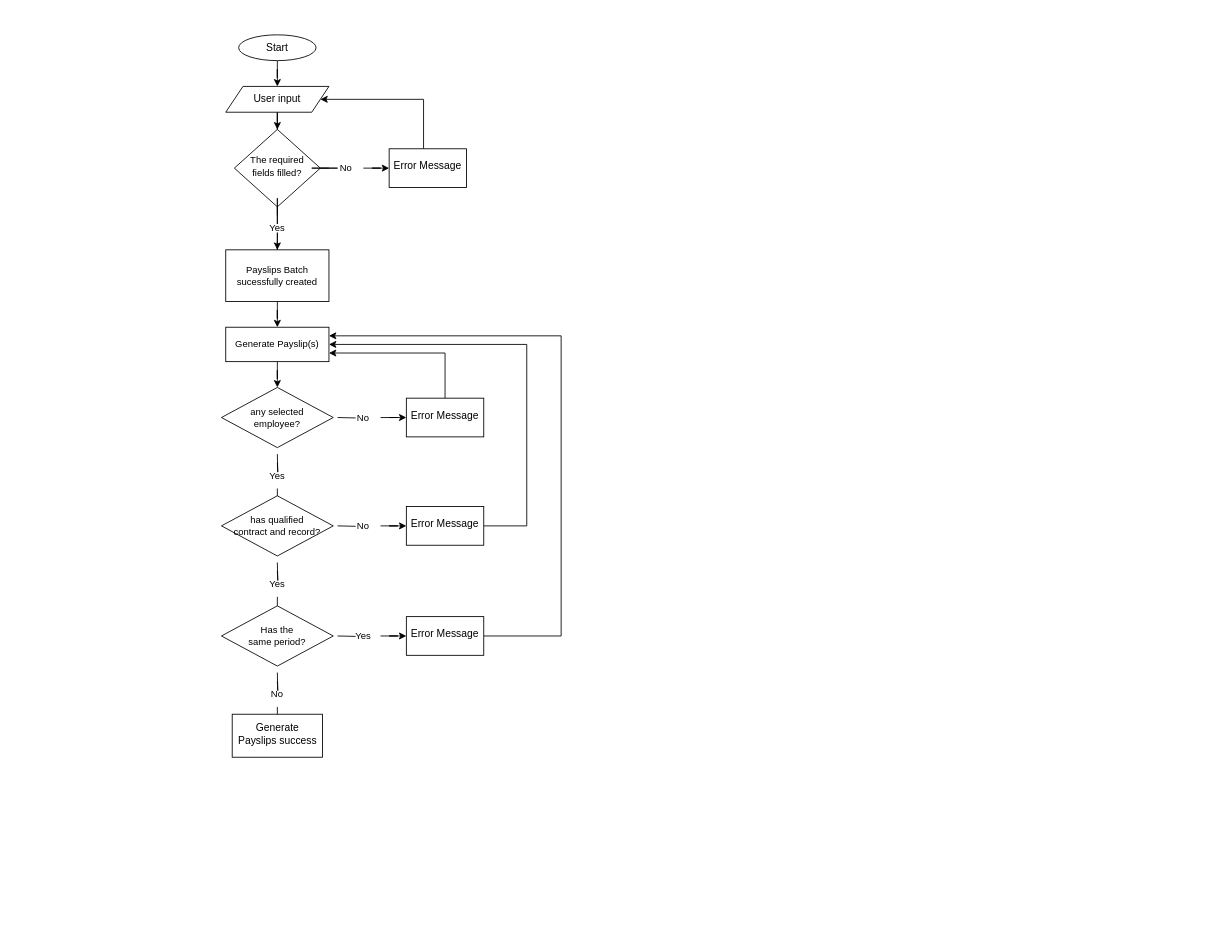
The draw.io diagram flow-pb.drawio in jezreelkosasih/diagram, before the edit. Source tidied: cells renumbered, new cells numbered last; positions are measured from the earlier drawing's top-left corner, leaving out a move shared by most shapes. Both pictures are drawn from the tidied source at 86%, with x=0, y=0 at pixel (221, 34).
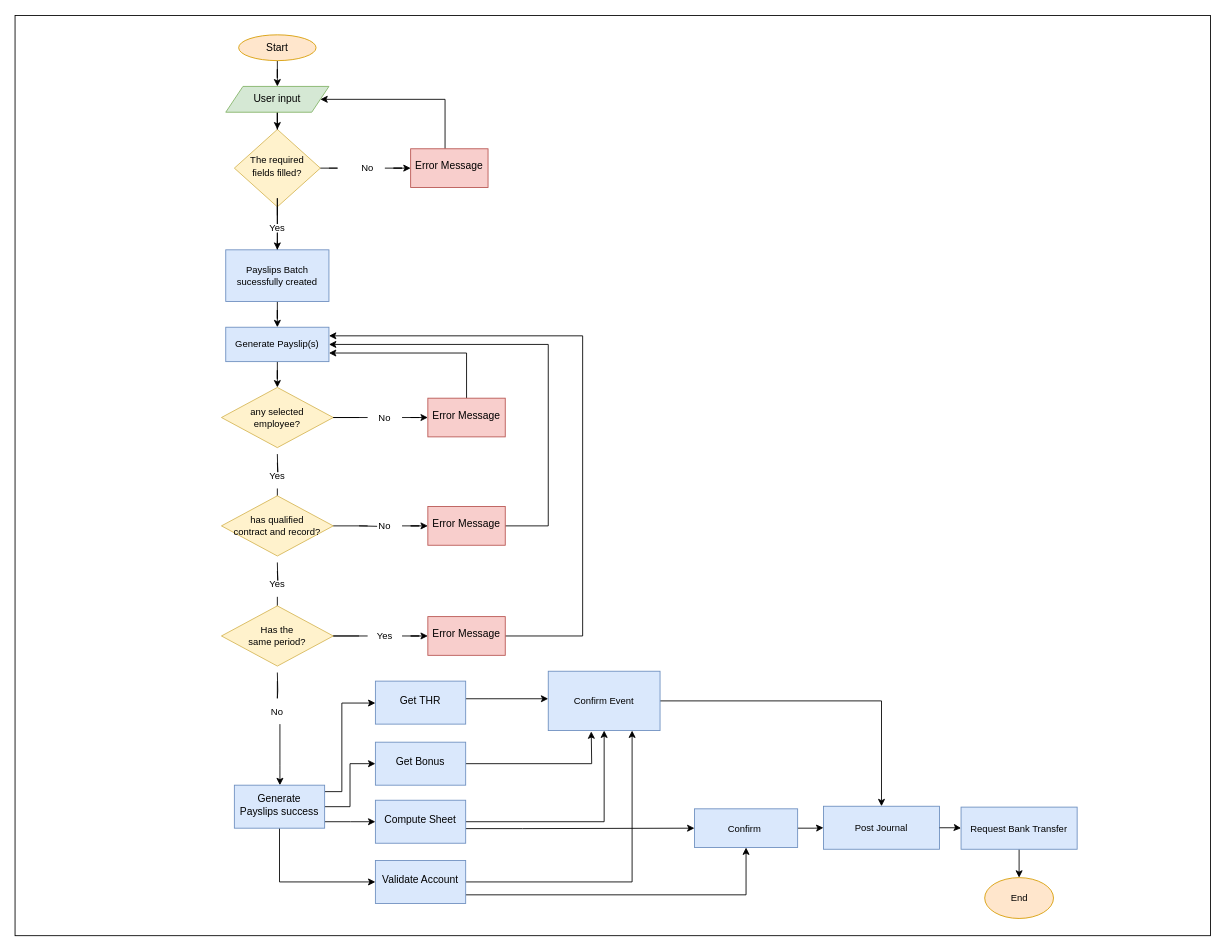
The same diagram, later.

Change to the diagram source:
```diff
@@
-    <mxCell id="4" value="&lt;font style=&quot;font-size: 11px;&quot;&gt;The required fields filled?&lt;/font&gt;" style="rhombus;whiteSpace=wrap;html=1;shadow=0;fontFamily=Helvetica;fontSize=12;align=center;strokeWidth=1;spacing=6;spacingTop=-4;" parent="1" vertex="1">
+    <mxCell id="4" value="&lt;font style=&quot;font-size: 11px;&quot;&gt;The required fields filled?&lt;/font&gt;" style="rhombus;whiteSpace=wrap;html=1;shadow=0;fontFamily=Helvetica;fontSize=12;align=center;strokeWidth=1;spacing=6;spacingTop=-4;fillColor=#fff2cc;strokeColor=#d6b656;" parent="1" vertex="1">
       <mxGeometry x="15" y="110" width="100" height="90" as="geometry" />
     </mxCell>
@@
-    <mxCell id="6" value="Start" style="ellipse;whiteSpace=wrap;html=1;" parent="1" vertex="1">
+    <mxCell id="6" value="Start" style="ellipse;whiteSpace=wrap;html=1;fillColor=#ffe6cc;strokeColor=#d79b00;" parent="1" vertex="1">
       <mxGeometry x="20" width="90" height="30" as="geometry" />
     </mxCell>
@@
-    <mxCell id="8" value="User input" style="shape=parallelogram;perimeter=parallelogramPerimeter;whiteSpace=wrap;html=1;fixedSize=1;" parent="1" vertex="1">
+    <mxCell id="8" value="User input" style="shape=parallelogram;perimeter=parallelogramPerimeter;whiteSpace=wrap;html=1;fixedSize=1;fillColor=#d5e8d4;strokeColor=#82b366;" parent="1" vertex="1">
       <mxGeometry x="5" y="60" width="120" height="30" as="geometry" />
     </mxCell>
@@
-    <mxCell id="10" value="Payslips Batch sucessfully created" style="rounded=0;whiteSpace=wrap;html=1;fontSize=11;" parent="1" vertex="1">
+    <mxCell id="10" value="Payslips Batch sucessfully created" style="rounded=0;whiteSpace=wrap;html=1;fontSize=11;fillColor=#dae8fc;strokeColor=#6c8ebf;" parent="1" vertex="1">
       <mxGeometry x="5" y="250" width="120" height="60" as="geometry" />
     </mxCell>
@@
     <mxCell id="13" style="edgeStyle=orthogonalEdgeStyle;rounded=0;jettySize=auto;html=1;entryX=1;entryY=0.5;entryDx=0;entryDy=0;fontSize=11;" parent="1" edge="1" source="14" target="8">
       <mxGeometry relative="1" as="geometry">
         <Array as="points">
-          <mxPoint x="235" y="75" />
+          <mxPoint x="260" y="75" />
         </Array>
       </mxGeometry>
     </mxCell>
-    <mxCell id="14" value="Error Message" style="whiteSpace=wrap;html=1;shadow=0;strokeWidth=1;spacing=6;spacingTop=-4;" parent="1" vertex="1">
-      <mxGeometry x="195" y="132.5" width="90" height="45" as="geometry" />
+    <mxCell id="14" value="Error Message" style="whiteSpace=wrap;html=1;shadow=0;strokeWidth=1;spacing=6;spacingTop=-4;fillColor=#f8cecc;strokeColor=#b85450;" parent="1" vertex="1">
+      <mxGeometry x="220" y="132.5" width="90" height="45" as="geometry" />
     </mxCell>
-    <mxCell id="15" style="edgeStyle=orthogonalEdgeStyle;rounded=0;jettySize=auto;html=1;fontSize=11;endArrow=none;" parent="1" edge="1" source="4" target="16">
-      <mxGeometry relative="1" as="geometry" />
+    <mxCell id="15" style="edgeStyle=orthogonalEdgeStyle;rounded=0;jettySize=auto;html=1;fontSize=11;endArrow=none;" parent="1" edge="1" source="4">
+      <mxGeometry relative="1" as="geometry">
+        <mxPoint x="125" y="155" as="targetPoint" />
+      </mxGeometry>
     </mxCell>
     <mxCell id="16" value="No" style="text;html=1;strokeColor=none;fillColor=none;align=center;verticalAlign=middle;whiteSpace=wrap;rounded=0;fontSize=11;" parent="1" vertex="1">
-      <mxGeometry x="125" y="140" width="40" height="30" as="geometry" />
+      <mxGeometry x="150" y="140" width="40" height="30" as="geometry" />
     </mxCell>
@@
-    <mxCell id="18" value="Generate Payslip(s)" style="rounded=0;whiteSpace=wrap;html=1;fontSize=11;" parent="1" vertex="1">
+    <mxCell id="18" value="Generate Payslip(s)" style="rounded=0;whiteSpace=wrap;html=1;fontSize=11;fillColor=#dae8fc;strokeColor=#6c8ebf;" parent="1" vertex="1">
       <mxGeometry x="5" y="340" width="120" height="40" as="geometry" />
     </mxCell>
-    <mxCell id="19" value="any selected &lt;br&gt;employee?" style="rhombus;whiteSpace=wrap;html=1;fontSize=11;rounded=0;" parent="1" vertex="1">
+    <mxCell id="19" value="any selected &lt;br&gt;employee?" style="rhombus;whiteSpace=wrap;html=1;fontSize=11;rounded=0;fillColor=#fff2cc;strokeColor=#d6b656;" parent="1" vertex="1">
       <mxGeometry y="410" width="130" height="70" as="geometry" />
     </mxCell>
@@
     <mxCell id="24" style="edgeStyle=orthogonalEdgeStyle;rounded=0;jettySize=auto;html=1;entryX=1;entryY=0.75;entryDx=0;entryDy=0;fontSize=11;" parent="1" edge="1" source="25" target="18">
       <mxGeometry relative="1" as="geometry">
         <Array as="points">
-          <mxPoint x="260" y="370" />
+          <mxPoint x="285" y="370" />
         </Array>
       </mxGeometry>
     </mxCell>
-    <mxCell id="25" value="Error Message" style="whiteSpace=wrap;html=1;shadow=0;strokeWidth=1;spacing=6;spacingTop=-4;" parent="1" vertex="1">
-      <mxGeometry x="215" y="422.5" width="90" height="45" as="geometry" />
+    <mxCell id="25" value="Error Message" style="whiteSpace=wrap;html=1;shadow=0;strokeWidth=1;spacing=6;spacingTop=-4;fillColor=#f8cecc;strokeColor=#b85450;" parent="1" vertex="1">
+      <mxGeometry x="240" y="422.5" width="90" height="45" as="geometry" />
     </mxCell>
     <mxCell id="26" style="edgeStyle=orthogonalEdgeStyle;rounded=0;jettySize=auto;html=1;fontSize=11;endArrow=none;" parent="1" edge="1" target="27">
       <mxGeometry relative="1" as="geometry">
-        <mxPoint x="135" y="445" as="sourcePoint" />
+        <mxPoint x="160" y="445" as="sourcePoint" />
+        <Array as="points">
+          <mxPoint x="130" y="445" />
+          <mxPoint x="130" y="445" />
+        </Array>
       </mxGeometry>
     </mxCell>
     <mxCell id="27" value="No" style="text;html=1;strokeColor=none;fillColor=none;align=center;verticalAlign=middle;whiteSpace=wrap;rounded=0;fontSize=11;" parent="1" vertex="1">
-      <mxGeometry x="145" y="430" width="40" height="30" as="geometry" />
+      <mxGeometry x="170" y="430" width="40" height="30" as="geometry" />
     </mxCell>
-    <mxCell id="28" value="&lt;font style=&quot;font-size: 11px;&quot;&gt;has qualified &lt;br&gt;contract and record?&lt;/font&gt;" style="rhombus;whiteSpace=wrap;html=1;fontSize=11;rounded=0;" parent="1" vertex="1">
+    <mxCell id="28" value="&lt;font style=&quot;font-size: 11px;&quot;&gt;has qualified &lt;br&gt;contract and record?&lt;/font&gt;" style="rhombus;whiteSpace=wrap;html=1;fontSize=11;rounded=0;fillColor=#fff2cc;strokeColor=#d6b656;" parent="1" vertex="1">
       <mxGeometry y="536" width="130" height="70" as="geometry" />
     </mxCell>
@@
     <mxCell id="33" style="edgeStyle=orthogonalEdgeStyle;rounded=0;jettySize=auto;html=1;entryX=1;entryY=0.5;entryDx=0;entryDy=0;fontSize=11;" parent="1" edge="1" source="34" target="18">
       <mxGeometry relative="1" as="geometry">
         <Array as="points">
-          <mxPoint x="355" y="571" />
-          <mxPoint x="355" y="360" />
+          <mxPoint x="380" y="571" />
+          <mxPoint x="380" y="360" />
         </Array>
       </mxGeometry>
     </mxCell>
-    <mxCell id="34" value="Error Message" style="whiteSpace=wrap;html=1;shadow=0;strokeWidth=1;spacing=6;spacingTop=-4;" parent="1" vertex="1">
-      <mxGeometry x="215" y="548.5" width="90" height="45" as="geometry" />
+    <mxCell id="34" value="Error Message" style="whiteSpace=wrap;html=1;shadow=0;strokeWidth=1;spacing=6;spacingTop=-4;fillColor=#f8cecc;strokeColor=#b85450;" parent="1" vertex="1">
+      <mxGeometry x="240" y="548.5" width="90" height="45" as="geometry" />
     </mxCell>
     <mxCell id="35" style="edgeStyle=orthogonalEdgeStyle;rounded=0;jettySize=auto;html=1;fontSize=11;endArrow=none;" parent="1" edge="1" target="36">
       <mxGeometry relative="1" as="geometry">
-        <mxPoint x="135" y="571" as="sourcePoint" />
+        <mxPoint x="160" y="571" as="sourcePoint" />
       </mxGeometry>
     </mxCell>
+    <mxCell id="47" style="edgeStyle=orthogonalEdgeStyle;rounded=0;jettySize=auto;html=1;fontSize=11;endArrow=none;endFill=0;" parent="1" edge="1" source="36" target="28">
+      <mxGeometry relative="1" as="geometry" />
+    </mxCell>
     <mxCell id="36" value="No" style="text;html=1;strokeColor=none;fillColor=none;align=center;verticalAlign=middle;whiteSpace=wrap;rounded=0;fontSize=11;" parent="1" vertex="1">
-      <mxGeometry x="145" y="556" width="40" height="30" as="geometry" />
+      <mxGeometry x="170" y="556" width="40" height="30" as="geometry" />
     </mxCell>
-    <mxCell id="37" value="Has the &lt;br&gt;same period?" style="rhombus;whiteSpace=wrap;html=1;fontSize=11;rounded=0;" parent="1" vertex="1">
+    <mxCell id="37" value="Has the &lt;br&gt;same period?" style="rhombus;whiteSpace=wrap;html=1;fontSize=11;rounded=0;fillColor=#fff2cc;strokeColor=#d6b656;" parent="1" vertex="1">
       <mxGeometry y="664" width="130" height="70" as="geometry" />
     </mxCell>
-    <mxCell id="38" style="edgeStyle=orthogonalEdgeStyle;rounded=0;jettySize=auto;html=1;fontSize=11;startArrow=none;" parent="1" edge="1" source="41">
-      <mxGeometry relative="1" as="geometry">
-        <mxPoint x="65" y="791.5" as="targetPoint" />
-      </mxGeometry>
-    </mxCell>
@@
-    <mxCell id="40" style="edgeStyle=orthogonalEdgeStyle;rounded=0;jettySize=auto;html=1;fontSize=11;endArrow=none;" parent="1" edge="1" target="41">
+    <mxCell id="40" style="edgeStyle=orthogonalEdgeStyle;rounded=0;jettySize=auto;html=1;fontSize=11;endArrow=none;startArrow=none;" parent="1" edge="1" source="41">
       <mxGeometry relative="1" as="geometry">
-        <mxPoint x="65" y="741.5" as="sourcePoint" />
+        <mxPoint x="65" y="751.5" as="targetPoint" />
       </mxGeometry>
     </mxCell>
-    <mxCell id="41" value="No" style="text;html=1;strokeColor=none;fillColor=none;align=center;verticalAlign=middle;whiteSpace=wrap;rounded=0;fontSize=11;" parent="1" vertex="1">
-      <mxGeometry x="35" y="751.5" width="60" height="30" as="geometry" />
-    </mxCell>
+    <mxCell id="48" style="edgeStyle=orthogonalEdgeStyle;rounded=0;jettySize=auto;html=1;fontSize=11;" parent="1" edge="1" source="41" target="46">
+      <mxGeometry relative="1" as="geometry">
+        <Array as="points">
+          <mxPoint x="68" y="850" />
+          <mxPoint x="68" y="850" />
+        </Array>
+      </mxGeometry>
+    </mxCell>
     <mxCell id="42" style="edgeStyle=orthogonalEdgeStyle;rounded=0;jettySize=auto;html=1;entryX=1;entryY=0.25;entryDx=0;entryDy=0;fontSize=11;" parent="1" edge="1" source="43" target="18">
       <mxGeometry relative="1" as="geometry">
         <Array as="points">
-          <mxPoint x="395" y="699" />
-          <mxPoint x="395" y="350" />
+          <mxPoint x="420" y="699" />
+          <mxPoint x="420" y="350" />
         </Array>
       </mxGeometry>
     </mxCell>
-    <mxCell id="43" value="Error Message" style="whiteSpace=wrap;html=1;shadow=0;strokeWidth=1;spacing=6;spacingTop=-4;" parent="1" vertex="1">
-      <mxGeometry x="215" y="676.5" width="90" height="45" as="geometry" />
+    <mxCell id="43" value="Error Message" style="whiteSpace=wrap;html=1;shadow=0;strokeWidth=1;spacing=6;spacingTop=-4;fillColor=#f8cecc;strokeColor=#b85450;" parent="1" vertex="1">
+      <mxGeometry x="240" y="676.5" width="90" height="45" as="geometry" />
     </mxCell>
     <mxCell id="44" style="edgeStyle=orthogonalEdgeStyle;rounded=0;jettySize=auto;html=1;fontSize=11;endArrow=none;" parent="1" edge="1" target="45">
       <mxGeometry relative="1" as="geometry">
-        <mxPoint x="135" y="699" as="sourcePoint" />
+        <mxPoint x="160" y="699" as="sourcePoint" />
+        <Array as="points">
+          <mxPoint x="130" y="699" />
+          <mxPoint x="130" y="699" />
+        </Array>
       </mxGeometry>
     </mxCell>
     <mxCell id="45" value="Yes" style="text;html=1;strokeColor=none;fillColor=none;align=center;verticalAlign=middle;whiteSpace=wrap;rounded=0;fontSize=11;" parent="1" vertex="1">
-      <mxGeometry x="145" y="684" width="40" height="30" as="geometry" />
+      <mxGeometry x="170" y="684" width="40" height="30" as="geometry" />
     </mxCell>
+    <mxCell id="49" style="edgeStyle=orthogonalEdgeStyle;rounded=0;jettySize=auto;html=1;fontSize=11;" parent="1" edge="1" source="46" target="55">
+      <mxGeometry relative="1" as="geometry">
+        <Array as="points">
+          <mxPoint x="140" y="880" />
+          <mxPoint x="140" y="777" />
+        </Array>
+      </mxGeometry>
+    </mxCell>
+    <mxCell id="50" style="edgeStyle=orthogonalEdgeStyle;rounded=0;jettySize=auto;html=1;entryX=0;entryY=0.5;entryDx=0;entryDy=0;fontSize=11;" parent="1" edge="1" source="46" target="60">
+      <mxGeometry relative="1" as="geometry" />
+    </mxCell>
+    <mxCell id="51" style="edgeStyle=orthogonalEdgeStyle;rounded=0;jettySize=auto;html=1;entryX=0;entryY=0.5;entryDx=0;entryDy=0;fontSize=11;" parent="1" edge="1" source="46" target="58">
+      <mxGeometry relative="1" as="geometry">
+        <Array as="points">
+          <mxPoint x="150" y="915" />
+          <mxPoint x="150" y="915" />
+        </Array>
+      </mxGeometry>
+    </mxCell>
+    <mxCell id="52" style="edgeStyle=orthogonalEdgeStyle;rounded=0;jettySize=auto;html=1;entryX=0;entryY=0.5;entryDx=0;entryDy=0;fontSize=11;" parent="1" edge="1" source="46" target="63">
+      <mxGeometry relative="1" as="geometry">
+        <Array as="points">
+          <mxPoint x="68" y="985" />
+        </Array>
+      </mxGeometry>
+    </mxCell>
-    <mxCell id="46" value="Generate Payslips success" style="whiteSpace=wrap;html=1;shadow=0;strokeWidth=1;spacing=6;spacingTop=-4;" parent="1" vertex="1">
-      <mxGeometry x="12.5" y="790" width="105" height="50" as="geometry" />
+    <mxCell id="46" value="Generate Payslips success" style="whiteSpace=wrap;html=1;shadow=0;strokeWidth=1;spacing=6;spacingTop=-4;fillColor=#dae8fc;strokeColor=#6c8ebf;" parent="1" vertex="1">
+      <mxGeometry x="15" y="872.5" width="105" height="50" as="geometry" />
     </mxCell>
+    <mxCell id="53" style="rounded=0;whiteSpace=wrap;html=1;fontSize=11;fillColor=none;" parent="1" vertex="1">
+      <mxGeometry x="-240" y="-22.5" width="1390" height="1070" as="geometry" />
+    </mxCell>
+    <mxCell id="54" style="edgeStyle=orthogonalEdgeStyle;rounded=0;jettySize=auto;html=1;fontSize=11;endArrow=classic;endFill=1;" parent="1" edge="1" source="55" target="65">
+      <mxGeometry relative="1" as="geometry">
+        <Array as="points">
+          <mxPoint x="310" y="772" />
+          <mxPoint x="310" y="772" />
+        </Array>
+      </mxGeometry>
+    </mxCell>
+    <mxCell id="55" value="Get THR" style="whiteSpace=wrap;html=1;shadow=0;strokeWidth=1;spacing=6;spacingTop=-4;fillColor=#dae8fc;strokeColor=#6c8ebf;" parent="1" vertex="1">
+      <mxGeometry x="179" y="751.5" width="105" height="50" as="geometry" />
+    </mxCell>
+    <mxCell id="56" style="edgeStyle=orthogonalEdgeStyle;rounded=0;jettySize=auto;html=1;entryX=0.5;entryY=1;entryDx=0;entryDy=0;fontSize=11;endArrow=classic;endFill=1;" parent="1" edge="1" source="58" target="65">
+      <mxGeometry relative="1" as="geometry" />
+    </mxCell>
+    <mxCell id="57" style="edgeStyle=orthogonalEdgeStyle;rounded=0;jettySize=auto;html=1;entryX=0;entryY=0.5;entryDx=0;entryDy=0;fontSize=11;endArrow=classic;endFill=1;" parent="1" edge="1" source="58" target="68">
+      <mxGeometry relative="1" as="geometry">
+        <Array as="points">
+          <mxPoint x="350" y="923" />
+          <mxPoint x="350" y="923" />
+        </Array>
+      </mxGeometry>
+    </mxCell>
+    <mxCell id="58" value="Compute Sheet" style="whiteSpace=wrap;html=1;shadow=0;strokeWidth=1;spacing=6;spacingTop=-4;fillColor=#dae8fc;strokeColor=#6c8ebf;" parent="1" vertex="1">
+      <mxGeometry x="179" y="890" width="105" height="50" as="geometry" />
+    </mxCell>
+    <mxCell id="59" style="edgeStyle=orthogonalEdgeStyle;rounded=0;jettySize=auto;html=1;fontSize=11;endArrow=classic;endFill=1;" parent="1" edge="1" source="60">
+      <mxGeometry relative="1" as="geometry">
+        <mxPoint x="430" y="810" as="targetPoint" />
+      </mxGeometry>
+    </mxCell>
+    <mxCell id="60" value="Get Bonus" style="whiteSpace=wrap;html=1;shadow=0;strokeWidth=1;spacing=6;spacingTop=-4;fillColor=#dae8fc;strokeColor=#6c8ebf;" parent="1" vertex="1">
+      <mxGeometry x="179" y="822.5" width="105" height="50" as="geometry" />
+    </mxCell>
+    <mxCell id="61" style="edgeStyle=orthogonalEdgeStyle;rounded=0;jettySize=auto;html=1;fontSize=11;endArrow=classic;endFill=1;entryX=0.75;entryY=1;entryDx=0;entryDy=0;" parent="1" edge="1" source="63" target="65">
+      <mxGeometry relative="1" as="geometry" />
+    </mxCell>
+    <mxCell id="62" style="edgeStyle=orthogonalEdgeStyle;rounded=0;jettySize=auto;html=1;entryX=0.5;entryY=1;entryDx=0;entryDy=0;fontSize=11;endArrow=classic;endFill=1;" parent="1" edge="1" source="63" target="68">
+      <mxGeometry relative="1" as="geometry">
+        <Array as="points">
+          <mxPoint x="610" y="1000" />
+        </Array>
+      </mxGeometry>
+    </mxCell>
+    <mxCell id="63" value="Validate Account" style="whiteSpace=wrap;html=1;shadow=0;strokeWidth=1;spacing=6;spacingTop=-4;fillColor=#dae8fc;strokeColor=#6c8ebf;" parent="1" vertex="1">
+      <mxGeometry x="179" y="960" width="105" height="50" as="geometry" />
+    </mxCell>
+    <mxCell id="64" style="edgeStyle=orthogonalEdgeStyle;rounded=0;jettySize=auto;html=1;fontSize=11;endArrow=classic;endFill=1;" parent="1" edge="1" source="65" target="70">
+      <mxGeometry relative="1" as="geometry" />
+    </mxCell>
+    <mxCell id="65" value="Confirm Event" style="rounded=0;whiteSpace=wrap;html=1;fontSize=11;fillColor=#dae8fc;strokeColor=#6c8ebf;" parent="1" vertex="1">
+      <mxGeometry x="380" y="740" width="130" height="69" as="geometry" />
+    </mxCell>
+    <mxCell id="66" style="edgeStyle=orthogonalEdgeStyle;rounded=0;jettySize=auto;html=1;fontSize=11;endArrow=none;" parent="1" edge="1" target="41">
+      <mxGeometry relative="1" as="geometry">
+        <mxPoint x="65" y="741.5" as="sourcePoint" />
+      </mxGeometry>
+    </mxCell>
+    <mxCell id="41" value="No" style="text;html=1;strokeColor=none;fillColor=none;align=center;verticalAlign=middle;whiteSpace=wrap;rounded=0;fontSize=11;" parent="1" vertex="1">
+      <mxGeometry x="35" y="771.5" width="60" height="30" as="geometry" />
+    </mxCell>
+    <mxCell id="67" style="edgeStyle=orthogonalEdgeStyle;rounded=0;jettySize=auto;html=1;fontSize=11;endArrow=classic;endFill=1;" parent="1" edge="1" source="68" target="70">
+      <mxGeometry relative="1" as="geometry" />
+    </mxCell>
+    <mxCell id="68" value="Confirm&amp;nbsp;" style="rounded=0;whiteSpace=wrap;html=1;fontSize=11;fillColor=#dae8fc;strokeColor=#6c8ebf;" parent="1" vertex="1">
+      <mxGeometry x="550" y="900" width="120" height="45" as="geometry" />
+    </mxCell>
+    <mxCell id="69" style="edgeStyle=orthogonalEdgeStyle;rounded=0;jettySize=auto;html=1;fontSize=11;endArrow=classic;endFill=1;startArrow=none;" parent="1" edge="1" source="73" target="71">
+      <mxGeometry relative="1" as="geometry">
+        <Array as="points">
+          <mxPoint x="928" y="970" />
+          <mxPoint x="928" y="970" />
+        </Array>
+      </mxGeometry>
+    </mxCell>
+    <mxCell id="70" value="Post Journal" style="rounded=0;whiteSpace=wrap;html=1;fontSize=11;fillColor=#dae8fc;strokeColor=#6c8ebf;" parent="1" vertex="1">
+      <mxGeometry x="700" y="897" width="135" height="50" as="geometry" />
+    </mxCell>
+    <mxCell id="71" value="End" style="ellipse;whiteSpace=wrap;html=1;fontSize=11;fillColor=#ffe6cc;strokeColor=#d79b00;rounded=0;" parent="1" vertex="1">
+      <mxGeometry x="887.5" y="980" width="80" height="47.5" as="geometry" />
+    </mxCell>
+    <mxCell id="72" style="edgeStyle=orthogonalEdgeStyle;rounded=0;jettySize=auto;html=1;fontSize=11;endArrow=classic;endFill=1;" parent="1" edge="1" source="70" target="73">
+      <mxGeometry relative="1" as="geometry" />
+    </mxCell>
+    <mxCell id="73" value="Request Bank Transfer" style="rounded=0;whiteSpace=wrap;html=1;fontSize=11;fillColor=#dae8fc;strokeColor=#6c8ebf;" parent="1" vertex="1">
+      <mxGeometry x="860" y="898" width="135" height="49" as="geometry" />
+    </mxCell>
```
